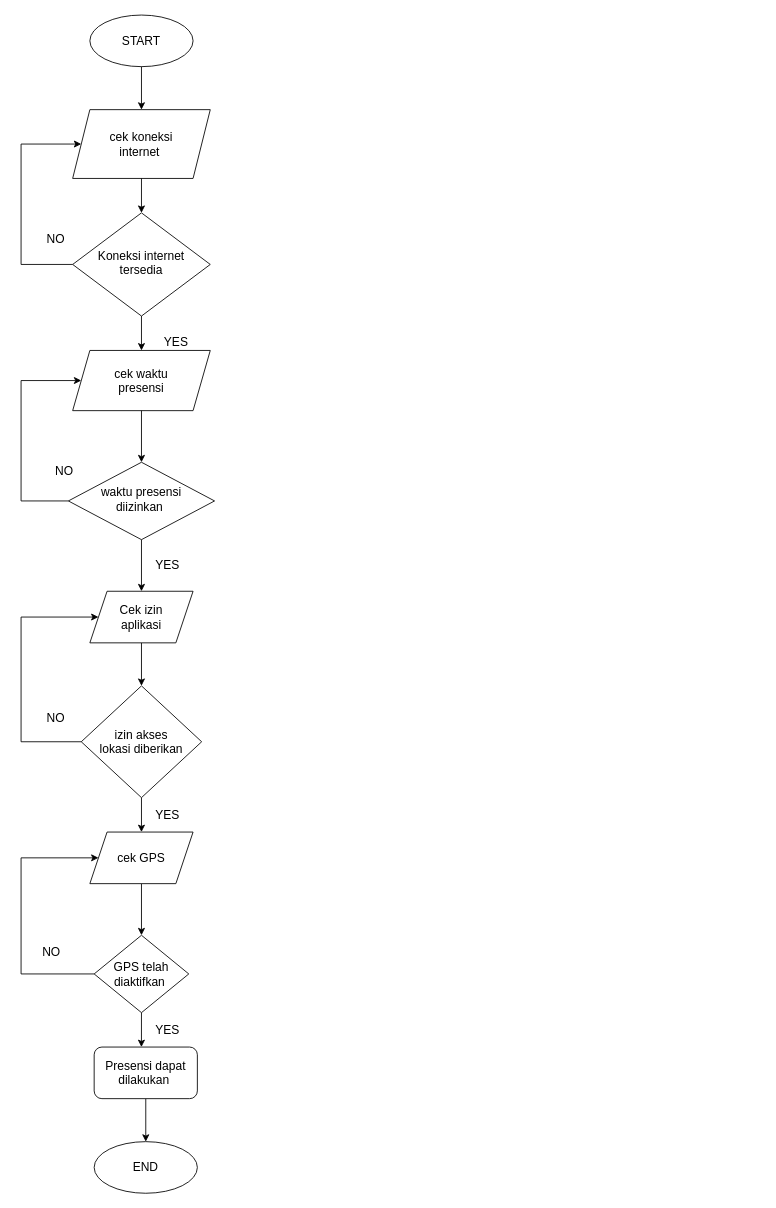
This is flowchart/whiteBox-presensi.drawio from gunadermawan/skripsi, a draw.io file, before an edit. Source tidied: cells renumbered, new cells numbered last; positions are measured from the earlier drawing's top-left corner, leaving out a move shared by most shapes. Both pictures are drawn from the tidied source at 86%, with x=0, y=0 at pixel (21, 15).
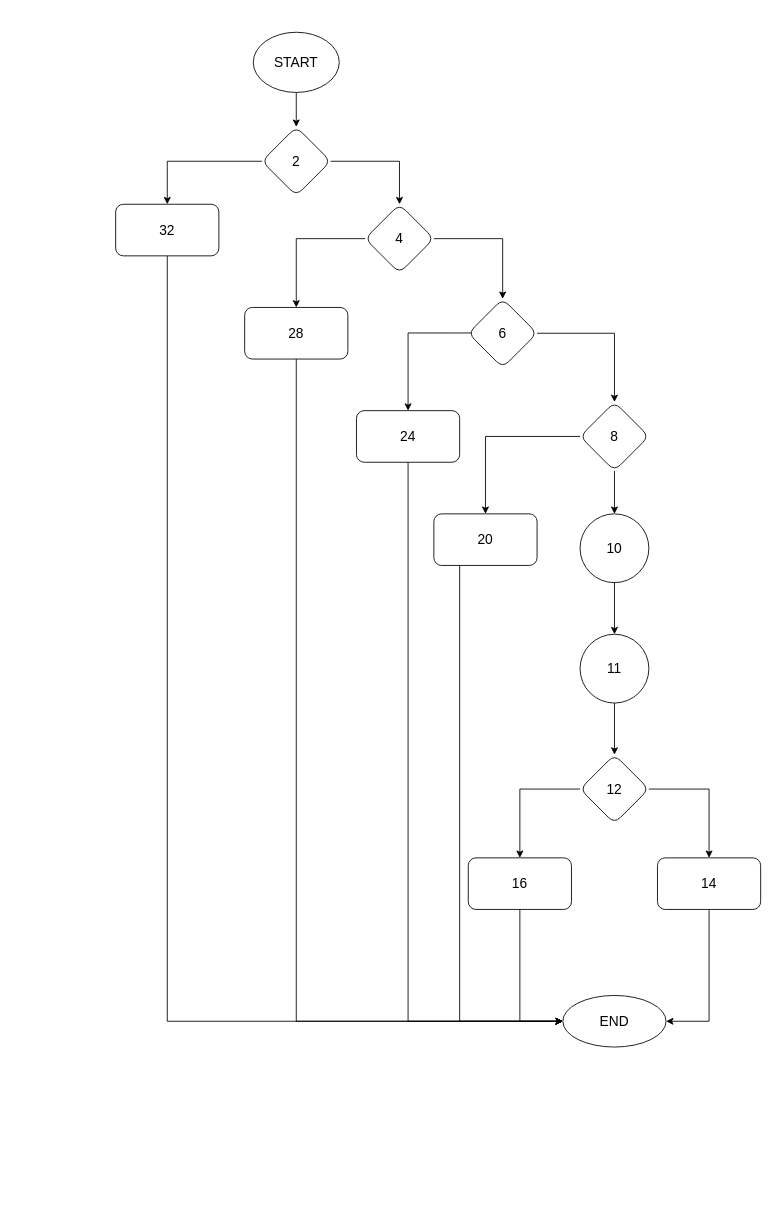
Above is the later version.

The edit, as a diff of the source:
```diff
@@
-    <mxCell id="2" value="&lt;span style=&quot;font-size: 14px;&quot;&gt;Koneksi internet tersedia&lt;/span&gt;" style="rhombus;whiteSpace=wrap;html=1;shadow=0;fontFamily=Helvetica;fontSize=12;align=center;strokeWidth=1;spacing=6;spacingTop=-4;" parent="1" vertex="1">
-      <mxGeometry x="60" y="230" width="160" height="120" as="geometry" />
-    </mxCell>
+    <mxCell id="35" style="edgeStyle=orthogonalEdgeStyle;rounded=0;jettySize=auto;html=1;fontSize=16;exitX=0.5;exitY=1;exitDx=0;exitDy=0;" parent="1" edge="1" source="3" target="38">
+      <mxGeometry relative="1" as="geometry" />
+    </mxCell>
+    <mxCell id="36" style="edgeStyle=orthogonalEdgeStyle;rounded=0;jettySize=auto;html=1;fontSize=16;" parent="1" edge="1" source="38" target="39">
+      <mxGeometry relative="1" as="geometry" />
+    </mxCell>
+    <mxCell id="37" style="edgeStyle=orthogonalEdgeStyle;rounded=0;jettySize=auto;html=1;fontSize=16;" parent="1" edge="1" source="38" target="45">
+      <mxGeometry relative="1" as="geometry" />
+    </mxCell>
+    <mxCell id="38" value="2" style="rhombus;whiteSpace=wrap;html=1;fontSize=16;rounded=1;" parent="1" vertex="1">
+      <mxGeometry x="280" y="130" width="80" height="80" as="geometry" />
+    </mxCell>
+    <mxCell id="39" value="32" style="whiteSpace=wrap;html=1;fontSize=16;rounded=1;" parent="1" vertex="1">
+      <mxGeometry x="110" y="220" width="120" height="60" as="geometry" />
+    </mxCell>
+    <mxCell id="40" style="edgeStyle=orthogonalEdgeStyle;rounded=0;jettySize=auto;html=1;fontSize=16;exitX=0;exitY=0.5;exitDx=0;exitDy=0;" parent="1" edge="1" source="45" target="41">
+      <mxGeometry relative="1" as="geometry" />
+    </mxCell>
+    <mxCell id="41" value="28" style="whiteSpace=wrap;html=1;fontSize=16;rounded=1;" parent="1" vertex="1">
+      <mxGeometry x="260" y="340" width="120" height="60" as="geometry" />
+    </mxCell>
+    <mxCell id="42" style="edgeStyle=orthogonalEdgeStyle;rounded=0;jettySize=auto;html=1;fontSize=16;exitX=0.065;exitY=0.496;exitDx=0;exitDy=0;exitPerimeter=0;" parent="1" edge="1" source="47" target="43">
+      <mxGeometry relative="1" as="geometry" />
+    </mxCell>
+    <mxCell id="43" value="24" style="whiteSpace=wrap;html=1;fontSize=16;rounded=1;" parent="1" vertex="1">
+      <mxGeometry x="390" y="460" width="120" height="60" as="geometry" />
+    </mxCell>
+    <mxCell id="44" style="edgeStyle=orthogonalEdgeStyle;rounded=0;jettySize=auto;html=1;fontSize=16;" parent="1" edge="1" source="45" target="47">
+      <mxGeometry relative="1" as="geometry" />
+    </mxCell>
+    <mxCell id="45" value="4" style="rhombus;whiteSpace=wrap;html=1;fontSize=16;rounded=1;" parent="1" vertex="1">
+      <mxGeometry x="400" y="220" width="80" height="80" as="geometry" />
+    </mxCell>
+    <mxCell id="46" style="edgeStyle=orthogonalEdgeStyle;rounded=0;jettySize=auto;html=1;fontSize=16;" parent="1" edge="1" source="47" target="49">
+      <mxGeometry relative="1" as="geometry" />
+    </mxCell>
+    <mxCell id="47" value="6" style="rhombus;whiteSpace=wrap;html=1;fontSize=16;rounded=1;" parent="1" vertex="1">
+      <mxGeometry x="520" y="330" width="80" height="80" as="geometry" />
+    </mxCell>
+    <mxCell id="48" style="edgeStyle=orthogonalEdgeStyle;rounded=0;jettySize=auto;html=1;fontSize=16;" parent="1" edge="1" source="49" target="60">
+      <mxGeometry relative="1" as="geometry" />
+    </mxCell>
+    <mxCell id="49" value="8" style="rhombus;whiteSpace=wrap;html=1;fontSize=16;rounded=1;" parent="1" vertex="1">
+      <mxGeometry x="650" y="450" width="80" height="80" as="geometry" />
+    </mxCell>
+    <mxCell id="50" value="10" style="ellipse;whiteSpace=wrap;html=1;fontSize=16;" parent="1" vertex="1">
+      <mxGeometry x="650" y="580" width="80" height="80" as="geometry" />
+    </mxCell>
+    <mxCell id="51" style="endArrow=classic;html=1;rounded=0;fontSize=16;exitX=0.5;exitY=1;exitDx=0;exitDy=0;entryX=0.5;entryY=0;entryDx=0;entryDy=0;" parent="1" edge="1" source="49" target="50">
+      <mxGeometry relative="1" as="geometry" />
+    </mxCell>
+    <mxCell id="52" style="edgeStyle=orthogonalEdgeStyle;rounded=0;jettySize=auto;html=1;fontSize=16;entryX=0.5;entryY=0;entryDx=0;entryDy=0;" parent="1" edge="1" source="53" target="57">
+      <mxGeometry relative="1" as="geometry" />
+    </mxCell>
+    <mxCell id="53" value="11" style="ellipse;whiteSpace=wrap;html=1;fontSize=16;" parent="1" vertex="1">
+      <mxGeometry x="650" y="720" width="80" height="80" as="geometry" />
+    </mxCell>
+    <mxCell id="54" style="endArrow=classic;html=1;rounded=0;fontSize=16;exitX=0.5;exitY=1;exitDx=0;exitDy=0;" parent="1" edge="1" source="50" target="53">
+      <mxGeometry relative="1" as="geometry" />
+    </mxCell>
+    <mxCell id="55" style="edgeStyle=orthogonalEdgeStyle;rounded=0;jettySize=auto;html=1;fontSize=16;" parent="1" edge="1" source="57" target="59">
+      <mxGeometry relative="1" as="geometry" />
+    </mxCell>
+    <mxCell id="56" style="edgeStyle=orthogonalEdgeStyle;rounded=0;jettySize=auto;html=1;fontSize=16;" parent="1" edge="1" source="57" target="61">
+      <mxGeometry relative="1" as="geometry" />
+    </mxCell>
+    <mxCell id="57" value="12" style="rhombus;whiteSpace=wrap;html=1;fontSize=16;rounded=1;" parent="1" vertex="1">
+      <mxGeometry x="650" y="860" width="80" height="80" as="geometry" />
+    </mxCell>
+    <mxCell id="58" style="edgeStyle=orthogonalEdgeStyle;rounded=0;jettySize=auto;html=1;fontSize=16;entryX=1;entryY=0.5;entryDx=0;entryDy=0;" parent="1" edge="1" source="59" target="25">
+      <mxGeometry relative="1" as="geometry" />
+    </mxCell>
+    <mxCell id="59" value="14" style="whiteSpace=wrap;html=1;fontSize=16;rounded=1;" parent="1" vertex="1">
+      <mxGeometry x="740" y="980" width="120" height="60" as="geometry" />
+    </mxCell>
+    <mxCell id="60" value="20" style="whiteSpace=wrap;html=1;fontSize=16;rounded=1;" parent="1" vertex="1">
+      <mxGeometry x="480" y="580" width="120" height="60" as="geometry" />
+    </mxCell>
+    <mxCell id="61" value="16" style="whiteSpace=wrap;html=1;fontSize=16;rounded=1;" parent="1" vertex="1">
+      <mxGeometry x="520" y="980" width="120" height="60" as="geometry" />
+    </mxCell>
-    <mxCell id="3" value="&lt;font style=&quot;font-size: 14px;&quot;&gt;START&lt;/font&gt;" style="ellipse;whiteSpace=wrap;html=1;rounded=1;glass=0;strokeWidth=1;shadow=0;" parent="1" vertex="1">
-      <mxGeometry x="80" width="120" height="60" as="geometry" />
+    <mxCell id="3" value="START" style="ellipse;whiteSpace=wrap;html=1;fontSize=16;" parent="1" vertex="1">
+      <mxGeometry x="270" y="20" width="100" height="70" as="geometry" />
     </mxCell>
-    <mxCell id="4" value="cek koneksi &lt;br&gt;internet&amp;nbsp;" style="shape=parallelogram;perimeter=parallelogramPerimeter;whiteSpace=wrap;html=1;fixedSize=1;fontSize=14;" parent="1" vertex="1">
-      <mxGeometry x="60" y="110" width="160" height="80" as="geometry" />
-    </mxCell>
-    <mxCell id="5" style="endArrow=classic;html=1;rounded=0;fontSize=14;exitX=0.5;exitY=1;exitDx=0;exitDy=0;entryX=0.5;entryY=0;entryDx=0;entryDy=0;" parent="1" edge="1" source="3" target="4">
-      <mxGeometry relative="1" as="geometry" />
-    </mxCell>
-    <mxCell id="6" style="endArrow=classic;html=1;rounded=0;fontSize=14;exitX=0;exitY=0.5;exitDx=0;exitDy=0;entryX=0;entryY=0.5;entryDx=0;entryDy=0;" parent="1" edge="1" source="2" target="4">
-      <mxGeometry relative="1" as="geometry">
-        <Array as="points">
-          <mxPoint y="290" />
-          <mxPoint y="150" />
-        </Array>
-      </mxGeometry>
-    </mxCell>
-    <mxCell id="7" value="NO" style="text;html=1;align=center;verticalAlign=middle;strokeColor=none;fillColor=none;fontSize=14;" parent="1" vertex="1">
-      <mxGeometry x="20" y="250" width="40" height="20" as="geometry" />
-    </mxCell>
-    <mxCell id="8" style="endArrow=classic;html=1;rounded=0;fontSize=14;exitX=0.5;exitY=1;exitDx=0;exitDy=0;entryX=0.5;entryY=0;entryDx=0;entryDy=0;" parent="1" edge="1" source="4" target="2">
-      <mxGeometry relative="1" as="geometry" />
-    </mxCell>
-    <mxCell id="9" value="YES" style="text;html=1;align=center;verticalAlign=middle;strokeColor=none;fillColor=none;fontSize=14;" parent="1" vertex="1">
-      <mxGeometry x="160" y="370" width="40" height="20" as="geometry" />
-    </mxCell>
-    <mxCell id="10" value="&lt;span style=&quot;font-size: 14px;&quot;&gt;waktu presensi &lt;br&gt;diizinkan&amp;nbsp;&lt;/span&gt;" style="rhombus;whiteSpace=wrap;html=1;shadow=0;strokeWidth=1;spacing=6;spacingTop=-4;" parent="1" vertex="1">
-      <mxGeometry x="55" y="520" width="170" height="90" as="geometry" />
-    </mxCell>
-    <mxCell id="11" style="endArrow=classic;html=1;rounded=0;fontSize=14;exitX=0.5;exitY=1;exitDx=0;exitDy=0;entryX=0.5;entryY=0;entryDx=0;entryDy=0;" parent="1" edge="1" source="10" target="16">
-      <mxGeometry relative="1" as="geometry" />
-    </mxCell>
-    <mxCell id="12" value="cek waktu &lt;br&gt;presensi" style="shape=parallelogram;perimeter=parallelogramPerimeter;whiteSpace=wrap;html=1;fixedSize=1;fontSize=14;" parent="1" vertex="1">
-      <mxGeometry x="60" y="390" width="160" height="70" as="geometry" />
-    </mxCell>
-    <mxCell id="13" style="endArrow=classic;html=1;rounded=0;fontSize=14;exitX=0.5;exitY=1;exitDx=0;exitDy=0;entryX=0.5;entryY=0;entryDx=0;entryDy=0;" parent="1" edge="1" source="2" target="12">
-      <mxGeometry relative="1" as="geometry" />
-    </mxCell>
-    <mxCell id="14" style="endArrow=classic;html=1;rounded=0;fontSize=14;exitX=0.5;exitY=1;exitDx=0;exitDy=0;entryX=0.5;entryY=0;entryDx=0;entryDy=0;" parent="1" edge="1" source="12" target="10">
-      <mxGeometry relative="1" as="geometry" />
-    </mxCell>
-    <mxCell id="15" style="edgeStyle=orthogonalEdgeStyle;rounded=0;jettySize=auto;html=1;fontSize=14;" parent="1" edge="1" source="16" target="17">
-      <mxGeometry relative="1" as="geometry" />
-    </mxCell>
-    <mxCell id="16" value="Cek izin &lt;br&gt;aplikasi" style="shape=parallelogram;perimeter=parallelogramPerimeter;whiteSpace=wrap;html=1;fixedSize=1;fontSize=14;" parent="1" vertex="1">
-      <mxGeometry x="80" y="670" width="120" height="60" as="geometry" />
-    </mxCell>
-    <mxCell id="17" value="izin akses &lt;br&gt;lokasi diberikan" style="rhombus;whiteSpace=wrap;html=1;fontSize=14;" parent="1" vertex="1">
-      <mxGeometry x="70" y="780" width="140" height="130" as="geometry" />
-    </mxCell>
-    <mxCell id="18" value="YES" style="text;html=1;align=center;verticalAlign=middle;strokeColor=none;fillColor=none;fontSize=14;" parent="1" vertex="1">
-      <mxGeometry x="150" y="630" width="40" height="20" as="geometry" />
-    </mxCell>
-    <mxCell id="19" style="edgeStyle=orthogonalEdgeStyle;rounded=0;jettySize=auto;html=1;fontSize=14;" parent="1" edge="1" source="20" target="22">
-      <mxGeometry relative="1" as="geometry" />
-    </mxCell>
-    <mxCell id="20" value="cek&amp;nbsp;GPS" style="shape=parallelogram;perimeter=parallelogramPerimeter;whiteSpace=wrap;html=1;fixedSize=1;fontSize=14;" parent="1" vertex="1">
-      <mxGeometry x="80" y="950" width="120" height="60" as="geometry" />
-    </mxCell>
-    <mxCell id="21" style="endArrow=classic;html=1;rounded=0;fontSize=14;exitX=0.5;exitY=1;exitDx=0;exitDy=0;entryX=0.5;entryY=0;entryDx=0;entryDy=0;" parent="1" edge="1" source="17" target="20">
-      <mxGeometry relative="1" as="geometry" />
-    </mxCell>
-    <mxCell id="22" value="GPS telah diaktifkan&amp;nbsp;" style="rhombus;whiteSpace=wrap;html=1;fontSize=14;" parent="1" vertex="1">
-      <mxGeometry x="85" y="1070" width="110" height="90" as="geometry" />
-    </mxCell>
-    <mxCell id="23" style="edgeStyle=orthogonalEdgeStyle;rounded=0;jettySize=auto;html=1;fontSize=14;" parent="1" edge="1" source="24" target="25">
-      <mxGeometry relative="1" as="geometry" />
-    </mxCell>
-    <mxCell id="24" value="Presensi dapat dilakukan&amp;nbsp;" style="rounded=1;whiteSpace=wrap;html=1;fontSize=14;" parent="1" vertex="1">
-      <mxGeometry x="85" y="1200" width="120" height="60" as="geometry" />
-    </mxCell>
-    <mxCell id="25" value="END" style="ellipse;whiteSpace=wrap;html=1;fontSize=14;rounded=1;" parent="1" vertex="1">
-      <mxGeometry x="85" y="1310" width="120" height="60" as="geometry" />
+    <mxCell id="25" value="END" style="ellipse;whiteSpace=wrap;html=1;fontSize=16;rounded=1;" parent="1" vertex="1">
+      <mxGeometry x="630" y="1140" width="120" height="60" as="geometry" />
     </mxCell>
-    <mxCell id="26" style="endArrow=classic;html=1;rounded=0;fontSize=14;exitX=0.5;exitY=1;exitDx=0;exitDy=0;entryX=0.458;entryY=0;entryDx=0;entryDy=0;entryPerimeter=0;" parent="1" edge="1" source="22" target="24">
-      <mxGeometry relative="1" as="geometry" />
-    </mxCell>
-    <mxCell id="27" style="endArrow=classic;html=1;rounded=0;fontSize=14;exitX=0;exitY=0.5;exitDx=0;exitDy=0;entryX=0;entryY=0.5;entryDx=0;entryDy=0;" parent="1" edge="1" source="10" target="12">
-      <mxGeometry relative="1" as="geometry">
-        <Array as="points">
-          <mxPoint y="565" />
-          <mxPoint y="425" />
-        </Array>
-      </mxGeometry>
-    </mxCell>
-    <mxCell id="28" value="NO" style="text;html=1;align=center;verticalAlign=middle;strokeColor=none;fillColor=none;fontSize=14;" parent="1" vertex="1">
-      <mxGeometry x="30" y="520" width="40" height="20" as="geometry" />
-    </mxCell>
-    <mxCell id="29" value="YES" style="text;html=1;align=center;verticalAlign=middle;strokeColor=none;fillColor=none;fontSize=14;" parent="1" vertex="1">
-      <mxGeometry x="150" y="920" width="40" height="20" as="geometry" />
-    </mxCell>
-    <mxCell id="30" style="endArrow=classic;html=1;rounded=0;fontSize=14;entryX=0;entryY=0.5;entryDx=0;entryDy=0;exitX=0;exitY=0.5;exitDx=0;exitDy=0;" parent="1" edge="1" source="17" target="16">
-      <mxGeometry relative="1" as="geometry">
-        <Array as="points">
-          <mxPoint y="845" />
-          <mxPoint y="700" />
-        </Array>
-      </mxGeometry>
-    </mxCell>
-    <mxCell id="31" value="NO" style="text;html=1;align=center;verticalAlign=middle;strokeColor=none;fillColor=none;fontSize=14;" parent="1" vertex="1">
-      <mxGeometry x="20" y="807" width="40" height="20" as="geometry" />
-    </mxCell>
-    <mxCell id="32" value="YES" style="text;html=1;align=center;verticalAlign=middle;strokeColor=none;fillColor=none;fontSize=14;" parent="1" vertex="1">
-      <mxGeometry x="150" y="1170" width="40" height="20" as="geometry" />
-    </mxCell>
-    <mxCell id="33" style="endArrow=classic;html=1;rounded=0;fontSize=14;entryX=0;entryY=0.5;entryDx=0;entryDy=0;exitX=0;exitY=0.5;exitDx=0;exitDy=0;" parent="1" edge="1" source="22" target="20">
-      <mxGeometry relative="1" as="geometry">
-        <Array as="points">
-          <mxPoint y="1115" />
-          <mxPoint y="980" />
-        </Array>
-      </mxGeometry>
-    </mxCell>
-    <mxCell id="34" value="NO" style="text;html=1;align=center;verticalAlign=middle;strokeColor=none;fillColor=none;fontSize=14;" parent="1" vertex="1">
-      <mxGeometry x="15" y="1080" width="40" height="20" as="geometry" />
-    </mxCell>
+    <mxCell id="62" style="endArrow=classic;html=1;rounded=0;fontSize=16;exitX=0.5;exitY=1;exitDx=0;exitDy=0;entryX=0;entryY=0.5;entryDx=0;entryDy=0;" parent="1" edge="1" source="61" target="25">
+      <mxGeometry relative="1" as="geometry">
+        <Array as="points">
+          <mxPoint x="580" y="1170" />
+        </Array>
+      </mxGeometry>
+    </mxCell>
+    <mxCell id="63" style="endArrow=classic;html=1;rounded=0;fontSize=16;exitX=0.5;exitY=1;exitDx=0;exitDy=0;entryX=0;entryY=0.5;entryDx=0;entryDy=0;" parent="1" edge="1" source="39" target="25">
+      <mxGeometry relative="1" as="geometry">
+        <Array as="points">
+          <mxPoint x="170" y="1170" />
+        </Array>
+      </mxGeometry>
+    </mxCell>
+    <mxCell id="64" style="endArrow=classic;html=1;rounded=0;fontSize=16;exitX=0.5;exitY=1;exitDx=0;exitDy=0;entryX=0;entryY=0.5;entryDx=0;entryDy=0;" parent="1" edge="1" source="41" target="25">
+      <mxGeometry relative="1" as="geometry">
+        <Array as="points">
+          <mxPoint x="320" y="1170" />
+        </Array>
+      </mxGeometry>
+    </mxCell>
+    <mxCell id="65" style="endArrow=classic;html=1;rounded=0;fontSize=16;exitX=0.5;exitY=1;exitDx=0;exitDy=0;" parent="1" edge="1" source="43">
+      <mxGeometry relative="1" as="geometry">
+        <mxPoint x="630" y="1170" as="targetPoint" />
+        <Array as="points">
+          <mxPoint x="450" y="1170" />
+        </Array>
+      </mxGeometry>
+    </mxCell>
+    <mxCell id="66" style="endArrow=classic;html=1;rounded=0;fontSize=16;exitX=0.25;exitY=1;exitDx=0;exitDy=0;entryX=0;entryY=0.5;entryDx=0;entryDy=0;" parent="1" edge="1" source="60" target="25">
+      <mxGeometry relative="1" as="geometry">
+        <Array as="points">
+          <mxPoint x="510" y="1170" />
+        </Array>
+      </mxGeometry>
+    </mxCell>
```
